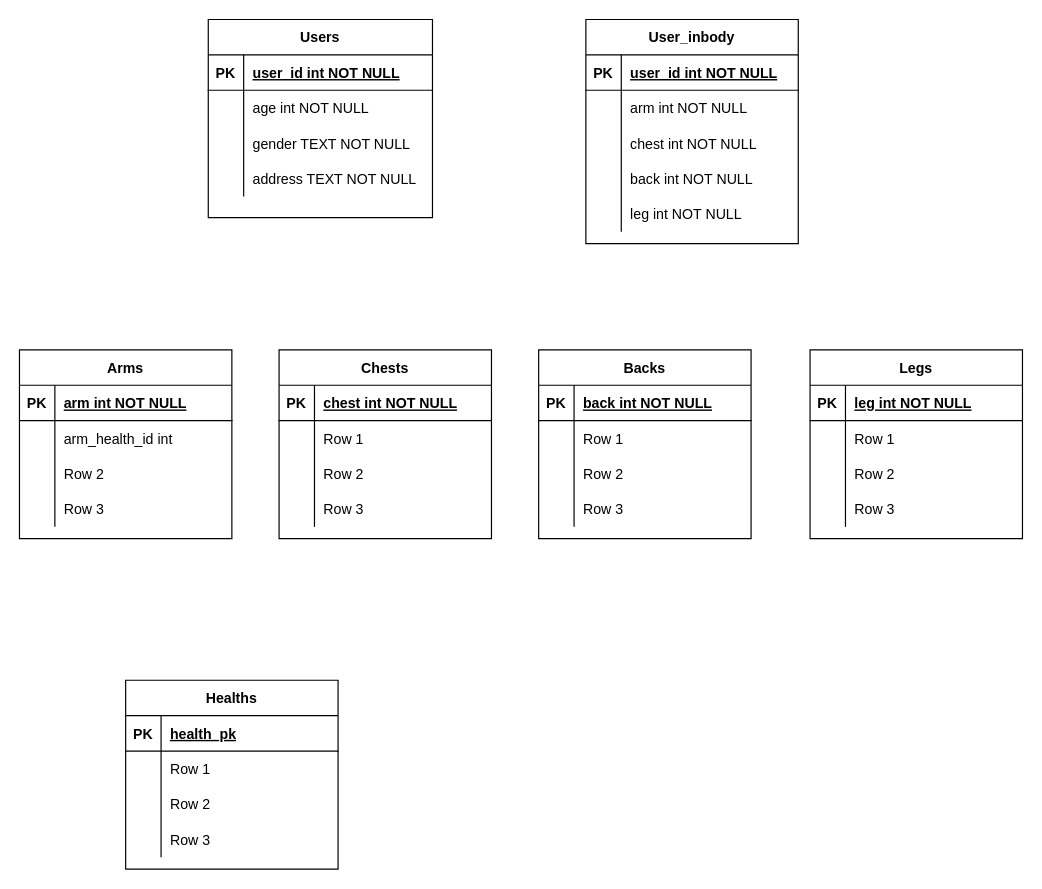
The draw.io diagram 제목 없는 다이어그램.drawio in kjskjs356/project_health, before the edit. Source tidied: cells renumbered, new cells numbered last; positions are measured from the earlier drawing's top-left corner, leaving out a move shared by most shapes. Both pictures are drawn from the tidied source at 118%, with x=0, y=0 at pixel (19, 19).
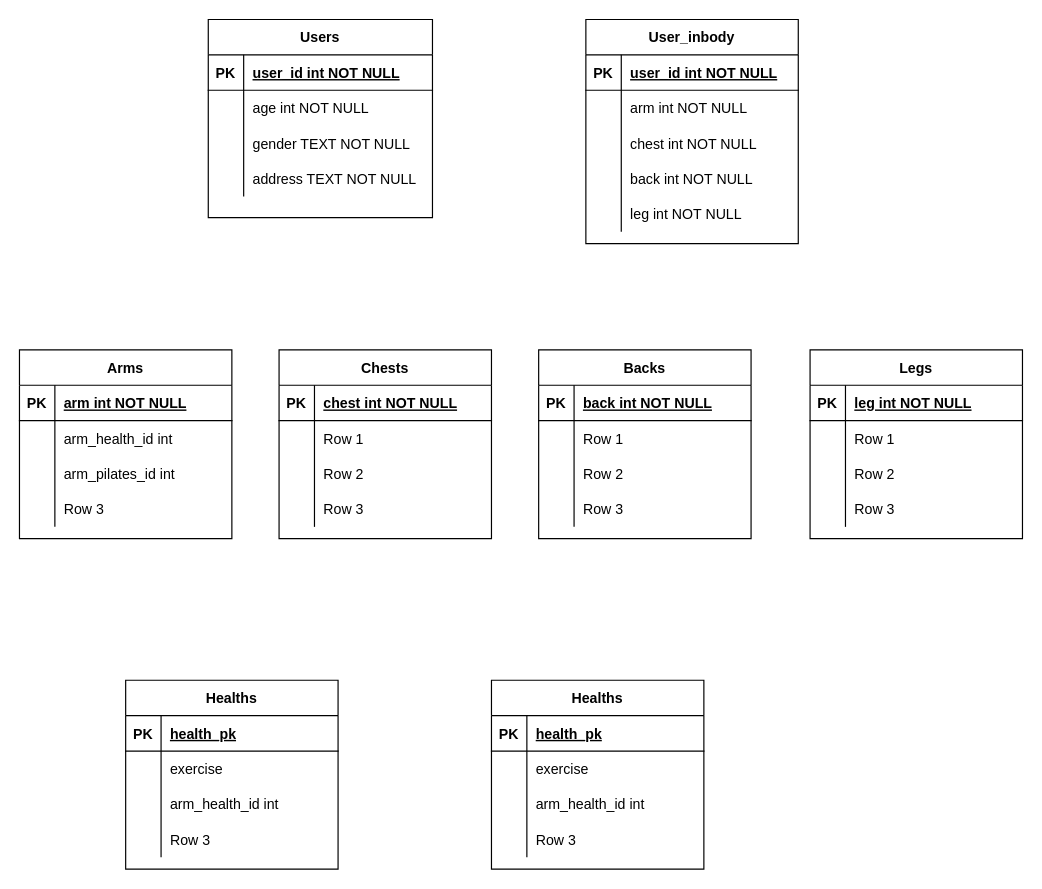
Above is the later version.

Commit message (it also covers changes not shown here):
제목 없는 다이어그램.drawio 업데이트

The change refers to these unchanged cells:
```xml
<mxCell id="77" style="shape=tableRow;horizontal=0;startSize=0;swimlaneHead=0;swimlaneBody=0;fillColor=none;top=0;left=0;right=0;bottom=0;" parent="70" vertex="1">
  <mxGeometry y="90" width="180" height="30" as="geometry" />
</mxCell>
<mxCell id="87" style="shape=tableRow;horizontal=0;startSize=0;swimlaneHead=0;swimlaneBody=0;fillColor=none;top=0;left=0;right=0;bottom=0;" parent="83" vertex="1">
  <mxGeometry y="60" width="180" height="30" as="geometry" />
</mxCell>
<mxCell id="90" style="shape=tableRow;horizontal=0;startSize=0;swimlaneHead=0;swimlaneBody=0;fillColor=none;top=0;left=0;right=0;bottom=0;" parent="83" vertex="1">
  <mxGeometry y="90" width="180" height="30" as="geometry" />
</mxCell>
```

Change to the diagram source:
```diff
@@
-    <mxCell id="79" value="Row 2" style="shape=partialRectangle;fillColor=none;top=0;left=0;bottom=0;right=0;align=left;spacingLeft=6;overflow=hidden;" parent="77" vertex="1">
+    <mxCell id="79" value="arm_pilates_id int" style="shape=partialRectangle;fillColor=none;top=0;left=0;bottom=0;right=0;align=left;spacingLeft=6;overflow=hidden;" parent="77" vertex="1">
       <mxGeometry x="30" width="150" height="30" as="geometry" />
     </mxCell>
@@
-    <mxCell id="89" value="Row 1" style="shape=partialRectangle;fillColor=none;top=0;left=0;bottom=0;right=0;align=left;spacingLeft=6;overflow=hidden;" parent="87" vertex="1">
+    <mxCell id="89" value="exercise" style="shape=partialRectangle;fillColor=none;top=0;left=0;bottom=0;right=0;align=left;spacingLeft=6;overflow=hidden;" parent="87" vertex="1">
       <mxGeometry x="30" width="150" height="30" as="geometry" />
     </mxCell>
@@
-    <mxCell id="92" value="Row 2" style="shape=partialRectangle;fillColor=none;top=0;left=0;bottom=0;right=0;align=left;spacingLeft=6;overflow=hidden;" parent="90" vertex="1">
+    <mxCell id="92" value="arm_health_id int" style="shape=partialRectangle;fillColor=none;top=0;left=0;bottom=0;right=0;align=left;spacingLeft=6;overflow=hidden;" parent="90" vertex="1">
       <mxGeometry x="30" width="150" height="30" as="geometry" />
     </mxCell>
@@
+    <mxCell id="96" value="Healths" style="shape=table;startSize=30;childLayout=tableLayout;rowLines=0;fontStyle=1;align=center;" parent="1" vertex="1">
+      <mxGeometry x="400" y="560" width="180" height="160" as="geometry" />
+    </mxCell>
+    <mxCell id="97" style="shape=tableRow;horizontal=0;startSize=0;swimlaneHead=0;swimlaneBody=0;fillColor=none;top=0;left=0;right=0;bottom=1;" parent="96" vertex="1">
+      <mxGeometry y="30" width="180" height="30" as="geometry" />
+    </mxCell>
+    <mxCell id="98" value="PK" style="shape=partialRectangle;fillColor=none;top=0;left=0;bottom=0;right=0;fontStyle=1;overflow=hidden;" parent="97" vertex="1">
+      <mxGeometry width="30" height="30" as="geometry" />
+    </mxCell>
+    <mxCell id="99" value="health_pk" style="shape=partialRectangle;fillColor=none;top=0;left=0;bottom=0;right=0;align=left;spacingLeft=6;fontStyle=5;overflow=hidden;" parent="97" vertex="1">
+      <mxGeometry x="30" width="150" height="30" as="geometry" />
+    </mxCell>
+    <mxCell id="100" style="shape=tableRow;horizontal=0;startSize=0;swimlaneHead=0;swimlaneBody=0;fillColor=none;top=0;left=0;right=0;bottom=0;" parent="96" vertex="1">
+      <mxGeometry y="60" width="180" height="30" as="geometry" />
+    </mxCell>
+    <mxCell id="101" style="shape=partialRectangle;fillColor=none;top=0;left=0;bottom=0;right=0;overflow=hidden;" parent="100" vertex="1">
+      <mxGeometry width="30" height="30" as="geometry" />
+    </mxCell>
+    <mxCell id="102" value="exercise" style="shape=partialRectangle;fillColor=none;top=0;left=0;bottom=0;right=0;align=left;spacingLeft=6;overflow=hidden;" parent="100" vertex="1">
+      <mxGeometry x="30" width="150" height="30" as="geometry" />
+    </mxCell>
+    <mxCell id="103" style="shape=tableRow;horizontal=0;startSize=0;swimlaneHead=0;swimlaneBody=0;fillColor=none;top=0;left=0;right=0;bottom=0;" parent="96" vertex="1">
+      <mxGeometry y="90" width="180" height="30" as="geometry" />
+    </mxCell>
+    <mxCell id="104" style="shape=partialRectangle;fillColor=none;top=0;left=0;bottom=0;right=0;overflow=hidden;" parent="103" vertex="1">
+      <mxGeometry width="30" height="30" as="geometry" />
+    </mxCell>
+    <mxCell id="105" value="arm_health_id int" style="shape=partialRectangle;fillColor=none;top=0;left=0;bottom=0;right=0;align=left;spacingLeft=6;overflow=hidden;" parent="103" vertex="1">
+      <mxGeometry x="30" width="150" height="30" as="geometry" />
+    </mxCell>
+    <mxCell id="106" style="shape=tableRow;horizontal=0;startSize=0;swimlaneHead=0;swimlaneBody=0;fillColor=none;top=0;left=0;right=0;bottom=0;" parent="96" vertex="1">
+      <mxGeometry y="120" width="180" height="30" as="geometry" />
+    </mxCell>
+    <mxCell id="107" style="shape=partialRectangle;fillColor=none;top=0;left=0;bottom=0;right=0;overflow=hidden;" parent="106" vertex="1">
+      <mxGeometry width="30" height="30" as="geometry" />
+    </mxCell>
+    <mxCell id="108" value="Row 3" style="shape=partialRectangle;fillColor=none;top=0;left=0;bottom=0;right=0;align=left;spacingLeft=6;overflow=hidden;" parent="106" vertex="1">
+      <mxGeometry x="30" width="150" height="30" as="geometry" />
+    </mxCell>
```
